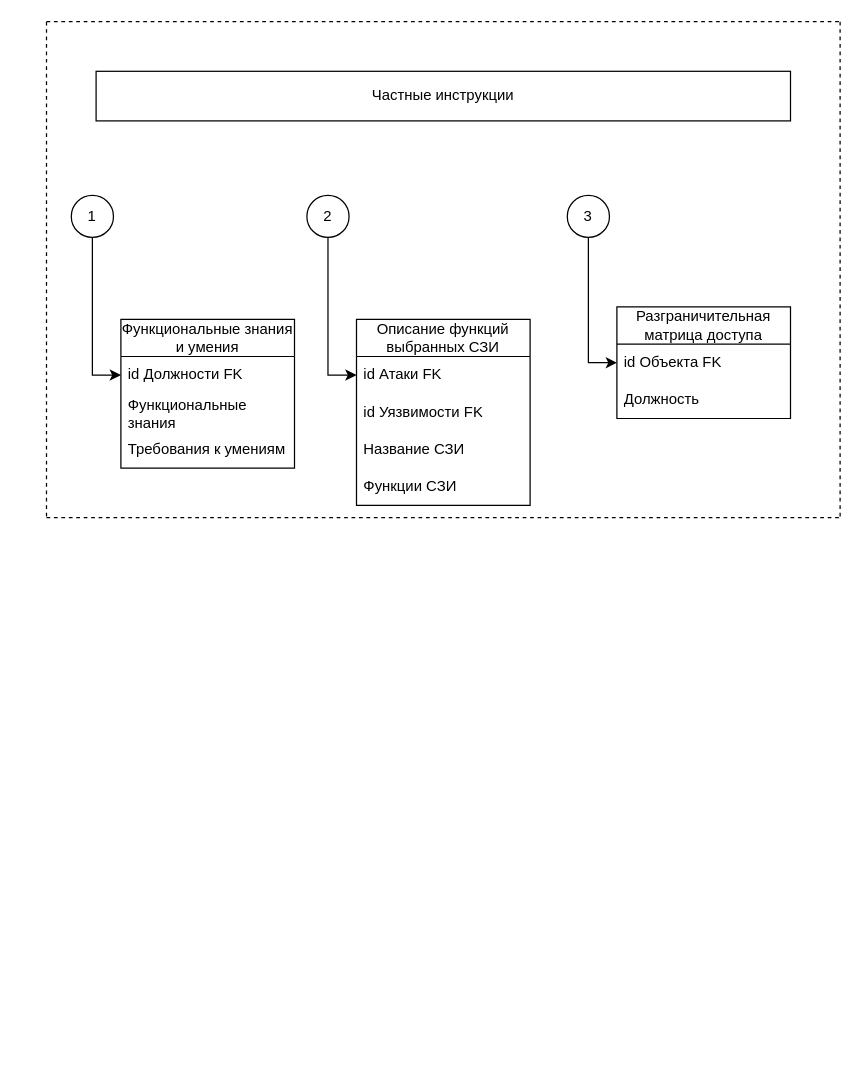
Before: Частные инструкции.drawio in SmirnovBogdan8/Diplom, a draw.io diagram. Source tidied: cells renumbered, new cells numbered last; positions are measured from the earlier drawing's top-left corner, leaving out a move shared by most shapes. Both pictures are drawn from the tidied source at 124%, with x=0, y=0 at pixel (46, 21).
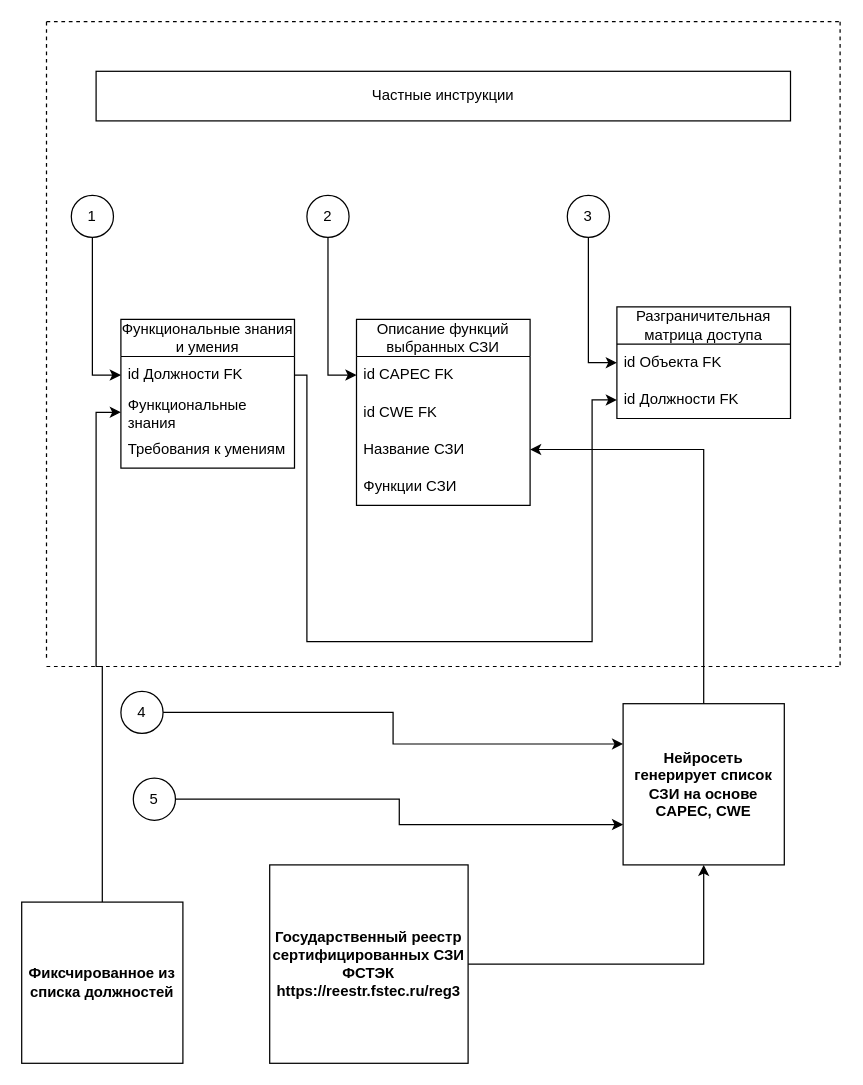
The same page after the edit.

Unchanged cells that the change refers to:
```xml
<mxCell id="8" value="id Должности FK" style="text;strokeColor=none;fillColor=none;align=left;verticalAlign=middle;spacingLeft=4;spacingRight=4;overflow=hidden;points=[[0,0.5],[1,0.5]];portConstraint=eastwest;whiteSpace=wrap;html=1;" parent="7" vertex="1">
  <mxGeometry y="30" width="140" height="30" as="geometry" />
</mxCell>
<mxCell id="9" value="Функциональные знания" style="text;strokeColor=none;fillColor=none;align=left;verticalAlign=middle;spacingLeft=4;spacingRight=4;overflow=hidden;points=[[0,0.5],[1,0.5]];portConstraint=eastwest;whiteSpace=wrap;html=1;" parent="7" vertex="1">
  <mxGeometry y="60" width="140" height="30" as="geometry" />
</mxCell>
<mxCell id="11" value="Описание функций выбранных СЗИ" style="swimlane;fontStyle=0;horizontal=1;startSize=30;whiteSpace=wrap;html=1;" parent="1" vertex="1">
  <mxGeometry x="250" y="240" width="140" height="150" as="geometry" />
</mxCell>
<mxCell id="14" value="Название СЗИ" style="text;strokeColor=none;fillColor=none;align=left;verticalAlign=middle;spacingLeft=4;spacingRight=4;overflow=hidden;points=[[0,0.5],[1,0.5]];portConstraint=eastwest;whiteSpace=wrap;html=1;" parent="11" vertex="1">
  <mxGeometry y="90" width="140" height="30" as="geometry" />
</mxCell>
<mxCell id="16" value="Разграничительная матрица доступа" style="swimlane;fontStyle=0;horizontal=1;startSize=30;whiteSpace=wrap;html=1;" parent="1" vertex="1">
  <mxGeometry x="460" y="230" width="140" height="90" as="geometry" />
</mxCell>
```

What changed in the source:
```diff
@@
     <mxCell id="4" style="endArrow=none;dashed=1;html=1;rounded=0;" parent="1" edge="1">
       <mxGeometry relative="1" as="geometry">
-        <mxPoint y="400" as="sourcePoint" />
-        <mxPoint x="640" y="400" as="targetPoint" />
+        <mxPoint y="520" as="sourcePoint" />
+        <mxPoint x="640" y="520" as="targetPoint" />
       </mxGeometry>
     </mxCell>
     <mxCell id="5" style="endArrow=none;dashed=1;html=1;rounded=0;" parent="1" edge="1">
       <mxGeometry relative="1" as="geometry">
         <mxPoint as="sourcePoint" />
-        <mxPoint y="400" as="targetPoint" />
+        <mxPoint y="515" as="targetPoint" />
       </mxGeometry>
     </mxCell>
     <mxCell id="6" style="endArrow=none;dashed=1;html=1;rounded=0;" parent="1" edge="1">
       <mxGeometry relative="1" as="geometry">
         <mxPoint x="640" as="sourcePoint" />
-        <mxPoint x="640" y="400" as="targetPoint" />
+        <mxPoint x="640" y="520" as="targetPoint" />
       </mxGeometry>
     </mxCell>
@@
-    <mxCell id="12" value="id Атаки FK" style="text;strokeColor=none;fillColor=none;align=left;verticalAlign=middle;spacingLeft=4;spacingRight=4;overflow=hidden;points=[[0,0.5],[1,0.5]];portConstraint=eastwest;whiteSpace=wrap;html=1;" parent="11" vertex="1">
+    <mxCell id="12" value="id CAPEC FK" style="text;strokeColor=none;fillColor=none;align=left;verticalAlign=middle;spacingLeft=4;spacingRight=4;overflow=hidden;points=[[0,0.5],[1,0.5]];portConstraint=eastwest;whiteSpace=wrap;html=1;" parent="11" vertex="1">
       <mxGeometry y="30" width="140" height="30" as="geometry" />
     </mxCell>
-    <mxCell id="13" value="id Уязвимости FK" style="text;strokeColor=none;fillColor=none;align=left;verticalAlign=middle;spacingLeft=4;spacingRight=4;overflow=hidden;whiteSpace=wrap;html=1;" parent="11" vertex="1">
+    <mxCell id="13" value="id CWE FK" style="text;strokeColor=none;fillColor=none;align=left;verticalAlign=middle;spacingLeft=4;spacingRight=4;overflow=hidden;whiteSpace=wrap;html=1;" parent="11" vertex="1">
       <mxGeometry y="60" width="140" height="30" as="geometry" />
     </mxCell>
@@
-    <mxCell id="18" value="Должность" style="text;strokeColor=none;fillColor=none;align=left;verticalAlign=middle;spacingLeft=4;spacingRight=4;overflow=hidden;points=[[0,0.5],[1,0.5]];portConstraint=eastwest;whiteSpace=wrap;html=1;" parent="16" vertex="1">
+    <mxCell id="18" value="id Должности FK" style="text;strokeColor=none;fillColor=none;align=left;verticalAlign=middle;spacingLeft=4;spacingRight=4;overflow=hidden;points=[[0,0.5],[1,0.5]];portConstraint=eastwest;whiteSpace=wrap;html=1;" parent="16" vertex="1">
       <mxGeometry y="60" width="140" height="30" as="geometry" />
     </mxCell>
@@
+    <mxCell id="25" style="edgeStyle=orthogonalEdgeStyle;rounded=0;jettySize=auto;html=1;exitX=1;exitY=0.5;exitDx=0;exitDy=0;entryX=0;entryY=0.5;entryDx=0;entryDy=0;" parent="1" edge="1" source="8" target="18">
+      <mxGeometry relative="1" as="geometry">
+        <Array as="points">
+          <mxPoint x="210" y="285" />
+          <mxPoint x="210" y="500" />
+          <mxPoint x="440" y="500" />
+          <mxPoint x="440" y="305" />
+        </Array>
+      </mxGeometry>
+    </mxCell>
+    <mxCell id="26" style="edgeStyle=orthogonalEdgeStyle;rounded=0;jettySize=auto;html=1;entryX=0.5;entryY=1;entryDx=0;entryDy=0;" parent="1" edge="1" source="27" target="29">
+      <mxGeometry relative="1" as="geometry" />
+    </mxCell>
+    <mxCell id="27" value="&lt;b&gt;Государственный реестр сертифицированных СЗИ ФСТЭК&lt;/b&gt;&lt;br&gt;&lt;b&gt;https://reestr.fstec.ru/reg3&lt;/b&gt;" style="whiteSpace=wrap;html=1;" parent="1" vertex="1">
+      <mxGeometry x="180" y="680" width="160" height="160" as="geometry" />
+    </mxCell>
+    <mxCell id="28" style="edgeStyle=orthogonalEdgeStyle;rounded=0;jettySize=auto;html=1;entryX=1;entryY=0.5;entryDx=0;entryDy=0;" parent="1" edge="1" source="29" target="14">
+      <mxGeometry relative="1" as="geometry" />
+    </mxCell>
+    <mxCell id="29" value="&lt;b&gt;Нейросеть генерирует список СЗИ на основе CAPEC, CWE&lt;/b&gt;" style="whiteSpace=wrap;html=1;" parent="1" vertex="1">
+      <mxGeometry x="465" y="550" width="130" height="130" as="geometry" />
+    </mxCell>
+    <mxCell id="30" style="edgeStyle=orthogonalEdgeStyle;rounded=0;jettySize=auto;html=1;exitX=1;exitY=0.5;exitDx=0;exitDy=0;entryX=0;entryY=0.25;entryDx=0;entryDy=0;" parent="1" edge="1" source="31" target="29">
+      <mxGeometry relative="1" as="geometry" />
+    </mxCell>
+    <mxCell id="31" value="4" style="ellipse;whiteSpace=wrap;html=1;" parent="1" vertex="1">
+      <mxGeometry x="60" y="540" width="34" height="34" as="geometry" />
+    </mxCell>
+    <mxCell id="32" style="edgeStyle=orthogonalEdgeStyle;rounded=0;jettySize=auto;html=1;exitX=1;exitY=0.5;exitDx=0;exitDy=0;entryX=0;entryY=0.75;entryDx=0;entryDy=0;" parent="1" edge="1" source="33" target="29">
+      <mxGeometry relative="1" as="geometry" />
+    </mxCell>
+    <mxCell id="33" value="5" style="ellipse;whiteSpace=wrap;html=1;" parent="1" vertex="1">
+      <mxGeometry x="70" y="610" width="34" height="34" as="geometry" />
+    </mxCell>
+    <mxCell id="34" style="edgeStyle=orthogonalEdgeStyle;rounded=0;jettySize=auto;html=1;entryX=0;entryY=0.5;entryDx=0;entryDy=0;" parent="1" edge="1" source="35" target="9">
+      <mxGeometry relative="1" as="geometry" />
+    </mxCell>
+    <mxCell id="35" value="&lt;b&gt;Фиксчированное из списка должностей&lt;/b&gt;" style="whiteSpace=wrap;html=1;" parent="1" vertex="1">
+      <mxGeometry x="-20" y="710" width="130" height="130" as="geometry" />
+    </mxCell>
```
